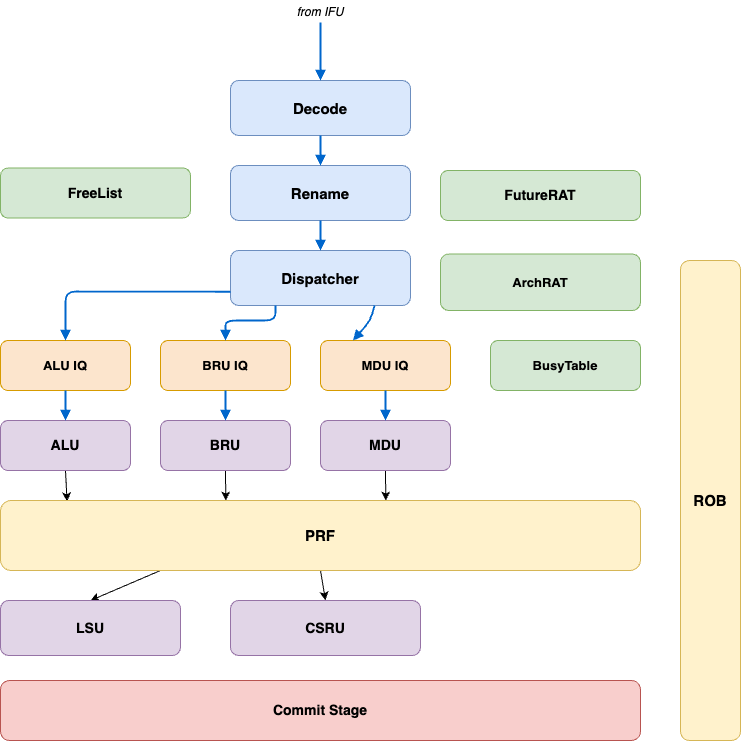
The draw.io diagram main/images/backend-arch.png in KINGFIOX/hitsz-bachelor-typst, before a commit. Source tidied: cells renumbered, new cells last; positions are measured from the earlier drawing's top-left corner, leaving out a move shared by most shapes.
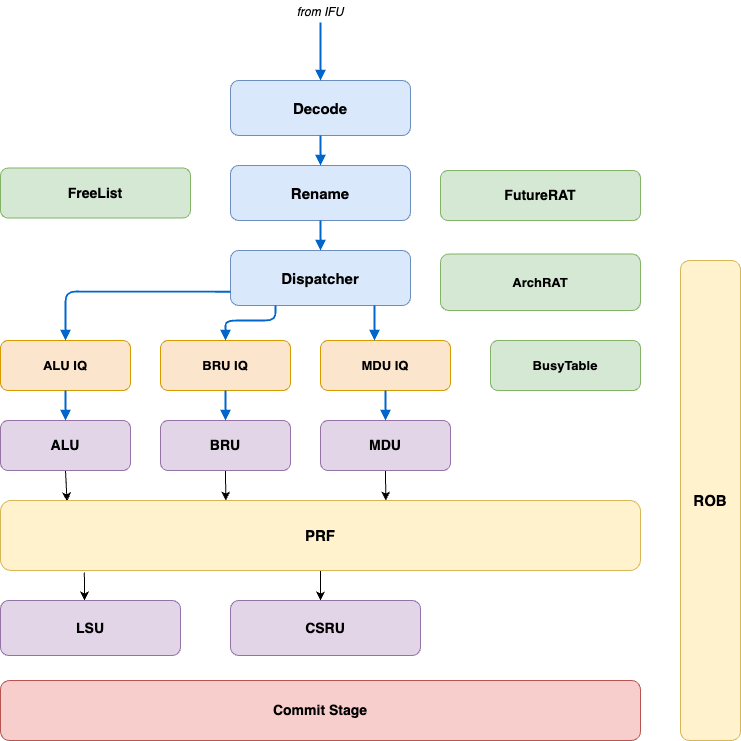
Later version of the same file.

Change to the diagram source:
```diff
@@ -50,10 +50,10 @@
     <mxCell id="17" value="MDU" style="rounded=1;whiteSpace=wrap;fillColor=#e1d5e7;strokeColor=#9673a6;fontSize=14;fontStyle=1;" parent="1" vertex="1">
       <mxGeometry x="320" y="420" width="130" height="50" as="geometry" />
     </mxCell>
-    <mxCell id="18" style="edgeStyle=none;html=1;exitX=0.5;exitY=1;exitDx=0;exitDy=0;entryX=0.5;entryY=0;entryDx=0;entryDy=0;" parent="1" edge="1" source="20" target="24">
+    <mxCell id="18" style="edgeStyle=none;html=1;exitX=0.5;exitY=1;exitDx=0;exitDy=0;entryX=0.474;entryY=0;entryDx=0;entryDy=0;entryPerimeter=0;" parent="1" edge="1" source="20" target="24">
       <mxGeometry relative="1" as="geometry" />
     </mxCell>
-    <mxCell id="19" style="edgeStyle=none;html=1;exitX=0.25;exitY=1;exitDx=0;exitDy=0;entryX=0.5;entryY=0;entryDx=0;entryDy=0;" parent="1" edge="1" source="20" target="22">
+    <mxCell id="19" style="edgeStyle=none;html=1;entryX=0.467;entryY=0;entryDx=0;entryDy=0;entryPerimeter=0;exitX=0.131;exitY=1.029;exitDx=0;exitDy=0;exitPerimeter=0;" parent="1" edge="1" source="20" target="22">
       <mxGeometry relative="1" as="geometry" />
     </mxCell>
     <mxCell id="20" value="PRF" style="rounded=1;whiteSpace=wrap;fillColor=#fff2cc;strokeColor=#d6b656;fontSize=15;fontStyle=1;" parent="1" vertex="1">
@@ -99,11 +99,9 @@
         </Array>
       </mxGeometry>
     </mxCell>
-    <mxCell id="31" style="endArrow=block;endFill=1;rounded=1;strokeWidth=1.8;strokeColor=#0066CC;exitX=0.8;exitY=1;exitDx=0;exitDy=0;entryX=0.25;entryY=0;entryDx=0;entryDy=0;" parent="1" edge="1" source="7" target="10">
+    <mxCell id="31" style="endArrow=block;endFill=1;rounded=1;strokeWidth=1.8;strokeColor=#0066CC;exitX=0.8;exitY=1;exitDx=0;exitDy=0;" parent="1" edge="1" source="7">
       <mxGeometry relative="1" as="geometry">
-        <Array as="points">
-          <mxPoint x="370" y="320" />
-        </Array>
+        <mxPoint x="374" y="340" as="targetPoint" />
       </mxGeometry>
     </mxCell>
     <mxCell id="32" style="endArrow=block;endFill=1;rounded=1;strokeWidth=1.8;strokeColor=#0066CC;" parent="1" edge="1" source="8" target="13">
```
